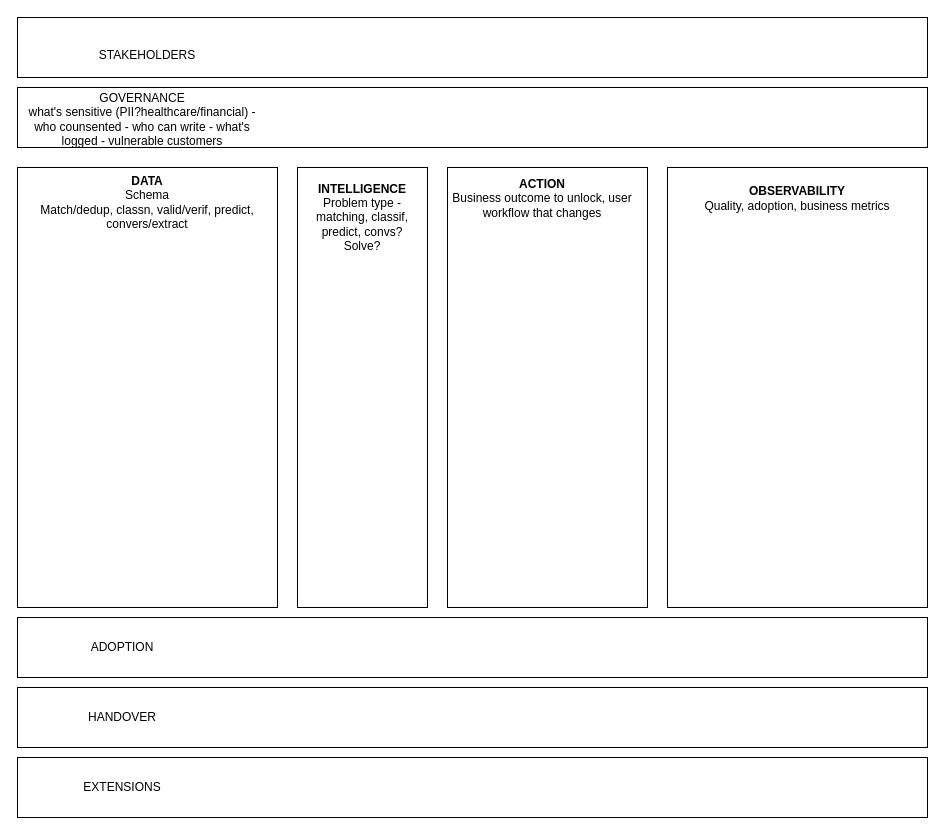
klevermore/klevermore keeps this draw.io diagram as BizWFlow_Discovery.drawio. Above is the earlier version. Source tidied: cells renumbered, new cells numbered last; positions are measured from the earlier drawing's top-left corner, leaving out a move shared by most shapes. Both pictures are drawn from the tidied source at 100%, with x=0, y=0 at pixel (17, 17).
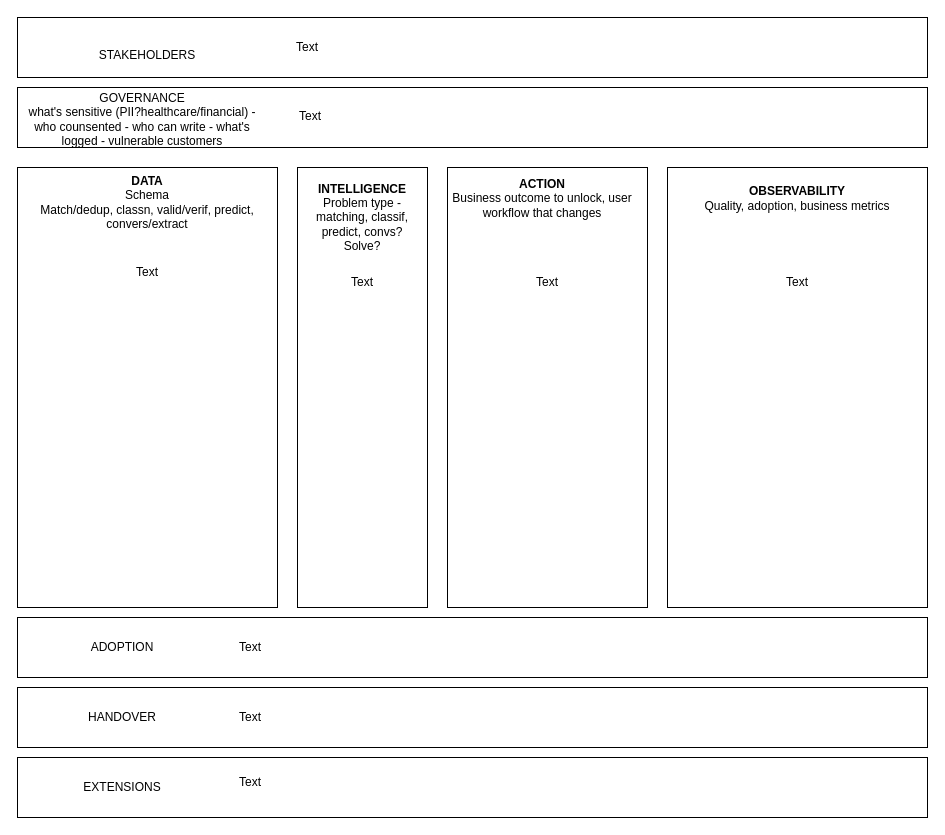
Above is the later version.

Diff of the diagram source:
```diff
@@
+    <mxCell id="20" value="Text" style="text;html=1;whiteSpace=wrap;strokeColor=none;fillColor=none;align=center;verticalAlign=middle;rounded=0;" parent="1" vertex="1">
+      <mxGeometry x="260" y="15" width="60" height="30" as="geometry" />
+    </mxCell>
+    <mxCell id="21" value="Text" style="text;html=1;whiteSpace=wrap;strokeColor=none;fillColor=none;align=center;verticalAlign=middle;rounded=0;" parent="1" vertex="1">
+      <mxGeometry x="263" y="84" width="60" height="30" as="geometry" />
+    </mxCell>
+    <mxCell id="22" value="Text" style="text;html=1;whiteSpace=wrap;strokeColor=none;fillColor=none;align=center;verticalAlign=middle;rounded=0;" parent="1" vertex="1">
+      <mxGeometry x="100" y="240" width="60" height="30" as="geometry" />
+    </mxCell>
+    <mxCell id="23" value="Text" style="text;html=1;whiteSpace=wrap;strokeColor=none;fillColor=none;align=center;verticalAlign=middle;rounded=0;" parent="1" vertex="1">
+      <mxGeometry x="315" y="250" width="60" height="30" as="geometry" />
+    </mxCell>
+    <mxCell id="24" value="Text" style="text;html=1;whiteSpace=wrap;strokeColor=none;fillColor=none;align=center;verticalAlign=middle;rounded=0;" parent="1" vertex="1">
+      <mxGeometry x="500" y="250" width="60" height="30" as="geometry" />
+    </mxCell>
+    <mxCell id="25" value="Text" style="text;html=1;whiteSpace=wrap;strokeColor=none;fillColor=none;align=center;verticalAlign=middle;rounded=0;" parent="1" vertex="1">
+      <mxGeometry x="750" y="250" width="60" height="30" as="geometry" />
+    </mxCell>
+    <mxCell id="26" value="Text" style="text;html=1;whiteSpace=wrap;strokeColor=none;fillColor=none;align=center;verticalAlign=middle;rounded=0;" parent="1" vertex="1">
+      <mxGeometry x="203" y="615" width="60" height="30" as="geometry" />
+    </mxCell>
+    <mxCell id="27" value="Text" style="text;html=1;whiteSpace=wrap;strokeColor=none;fillColor=none;align=center;verticalAlign=middle;rounded=0;" parent="1" vertex="1">
+      <mxGeometry x="203" y="685" width="60" height="30" as="geometry" />
+    </mxCell>
+    <mxCell id="28" value="Text" style="text;html=1;whiteSpace=wrap;strokeColor=none;fillColor=none;align=center;verticalAlign=middle;rounded=0;" parent="1" vertex="1">
+      <mxGeometry x="203" y="750" width="60" height="30" as="geometry" />
+    </mxCell>
```
